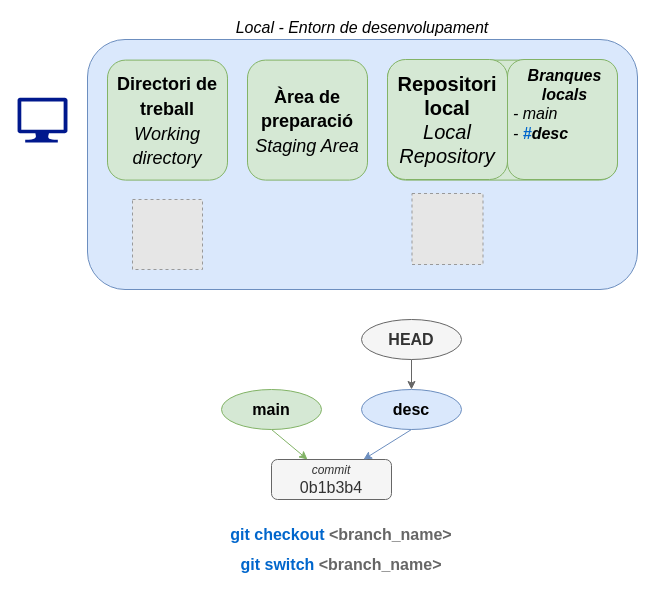
The draw.io diagram docs/apunts/img/branques/checkout_desc.drawio in joapuiib/curs-git, before the edit. Source tidied: cells renumbered, new cells numbered last; positions are measured from the earlier drawing's top-left corner, leaving out a move shared by most shapes. Both pictures are drawn from the tidied source at 100%, with x=0, y=0 at pixel (17, 39). Pictures stored in the file or linked from it are replaced by grey dashed boxes.
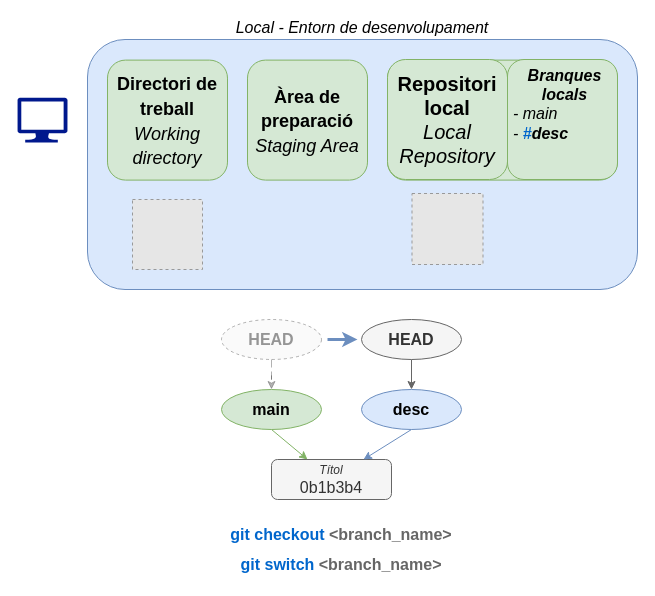
The same diagram, later.

Unchanged cells that the change refers to:
```xml
<mxCell id="13" value="main" style="ellipse;whiteSpace=wrap;html=1;fillColor=#d5e8d4;strokeColor=#82b366;fontSize=16;fontStyle=1;" parent="1" vertex="1">
  <mxGeometry x="204" y="350" width="100" height="40" as="geometry" />
</mxCell>
```

The edit, as a diff of the source:
```diff
@@
-    <mxCell id="11" value="&lt;div style=&quot;line-height: 100%;&quot;&gt;&lt;i&gt;&lt;font style=&quot;font-size: 12px;&quot;&gt;commit&lt;/font&gt;&lt;/i&gt;&lt;/div&gt;0b1b3b4" style="rounded=1;whiteSpace=wrap;html=1;fontSize=16;fillColor=#f5f5f5;strokeColor=#666666;fontColor=#333333;" parent="1" vertex="1">
+    <mxCell id="11" value="&lt;div style=&quot;line-height: 100%;&quot;&gt;&lt;i&gt;&lt;font style=&quot;font-size: 12px;&quot;&gt;Títol&lt;/font&gt;&lt;/i&gt;&lt;/div&gt;0b1b3b4" style="rounded=1;whiteSpace=wrap;html=1;fontSize=16;fillColor=#f5f5f5;strokeColor=#666666;fontColor=#333333;" parent="1" vertex="1">
       <mxGeometry x="254" y="420" width="120" height="40" as="geometry" />
     </mxCell>
@@
+    <mxCell id="20" value="HEAD" style="ellipse;whiteSpace=wrap;html=1;fillColor=#f5f5f5;strokeColor=#666666;fontSize=16;fontStyle=1;fontColor=#333333;opacity=50;textOpacity=50;dashed=1;" parent="1" vertex="1">
+      <mxGeometry x="204" y="280" width="100" height="40" as="geometry" />
+    </mxCell>
+    <mxCell id="21" style="endArrow=classic;html=1;rounded=0;fillColor=#dae8fc;strokeColor=#6c8ebf;strokeWidth=3;" parent="1" edge="1">
+      <mxGeometry relative="1" as="geometry">
+        <mxPoint x="310" y="300" as="sourcePoint" />
+        <mxPoint x="340" y="300" as="targetPoint" />
+      </mxGeometry>
+    </mxCell>
+    <mxCell id="22" style="edgeStyle=orthogonalEdgeStyle;rounded=0;jettySize=auto;html=1;fillColor=#f5f5f5;strokeColor=#666666;opacity=50;dashed=1;dashPattern=8 8;" parent="1" edge="1" source="20" target="13">
+      <mxGeometry relative="1" as="geometry" />
+    </mxCell>
```
